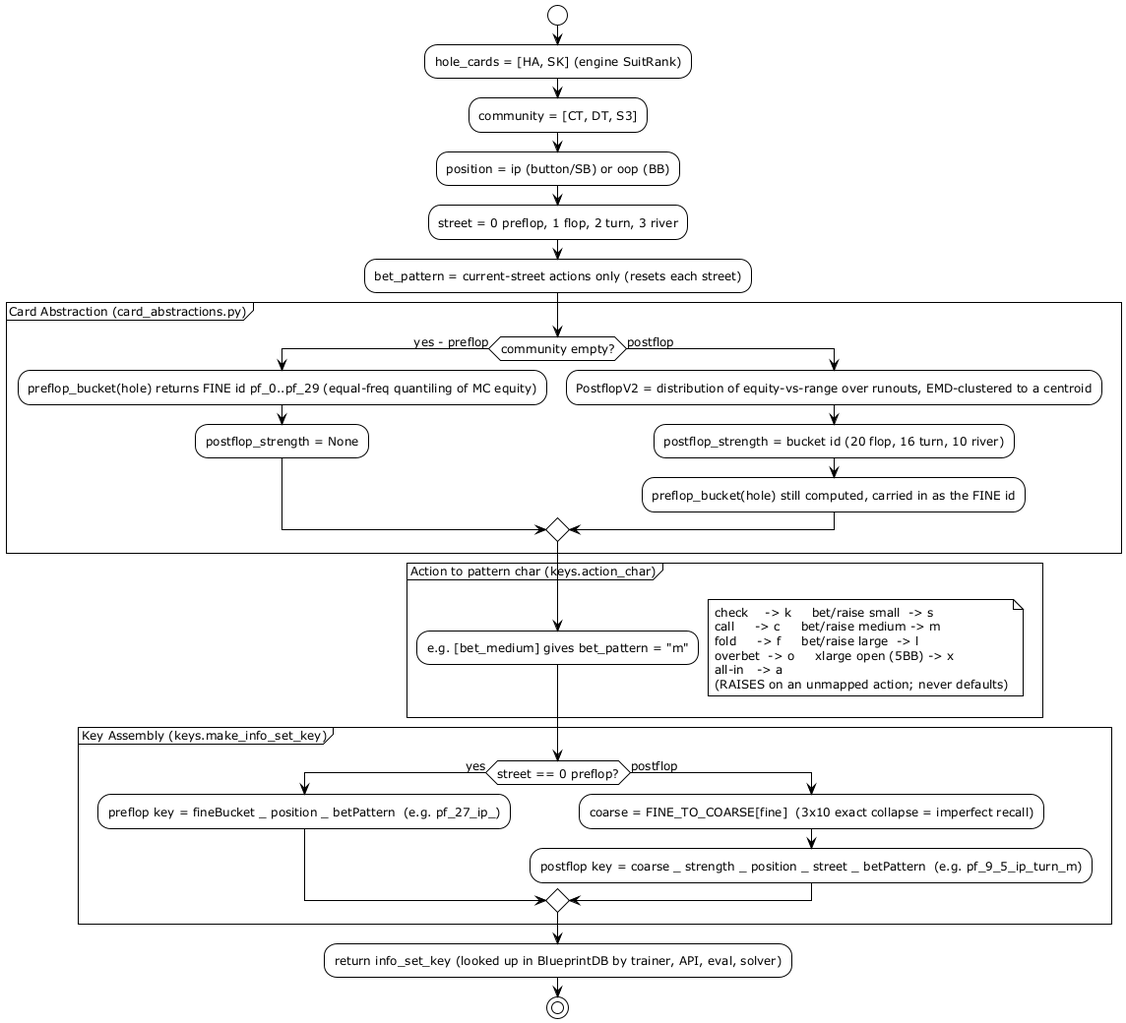
This is docs/diagrams/images/infoset_key.png from jianrontan/AllIn, a PlantUML export, as it was before one commit.
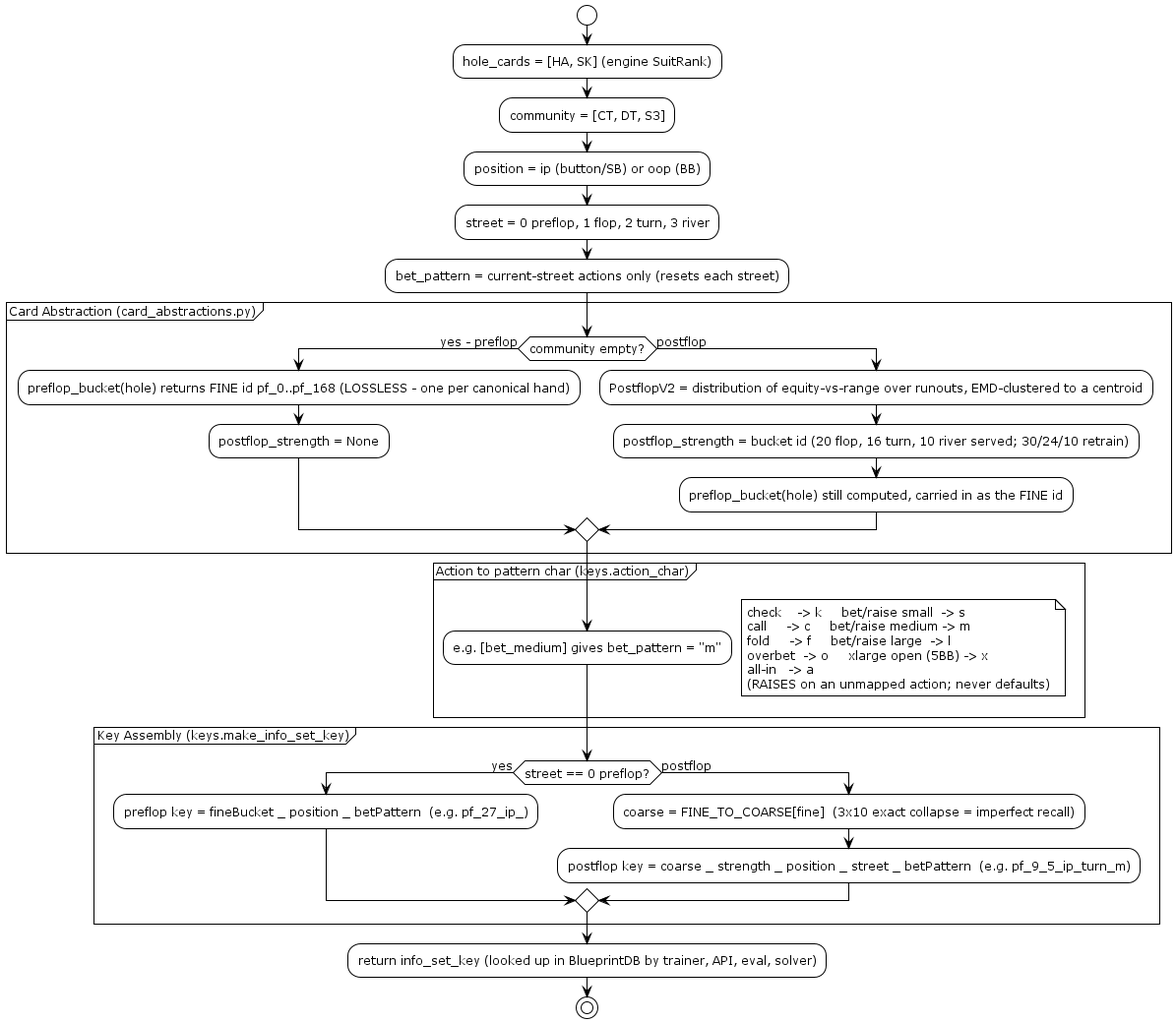
After the commit.

The edit, as a diff of the source:
```diff
@@ -13,11 +13,11 @@
 
 partition "Card Abstraction (card_abstractions.py)" {
   if (community empty?) then (yes - preflop)
-    :preflop_bucket(hole) returns FINE id pf_0..pf_29 (equal-freq quantiling of MC equity);
+    :preflop_bucket(hole) returns FINE id pf_0..pf_168 (LOSSLESS - one per canonical hand);
     :postflop_strength = None;
   else (postflop)
     :PostflopV2 = distribution of equity-vs-range over runouts, EMD-clustered to a centroid;
-    :postflop_strength = bucket id (20 flop, 16 turn, 10 river);
+    :postflop_strength = bucket id (20 flop, 16 turn, 10 river served; 30/24/10 retrain);
     :preflop_bucket(hole) still computed, carried in as the FINE id;
   endif
 }
```
